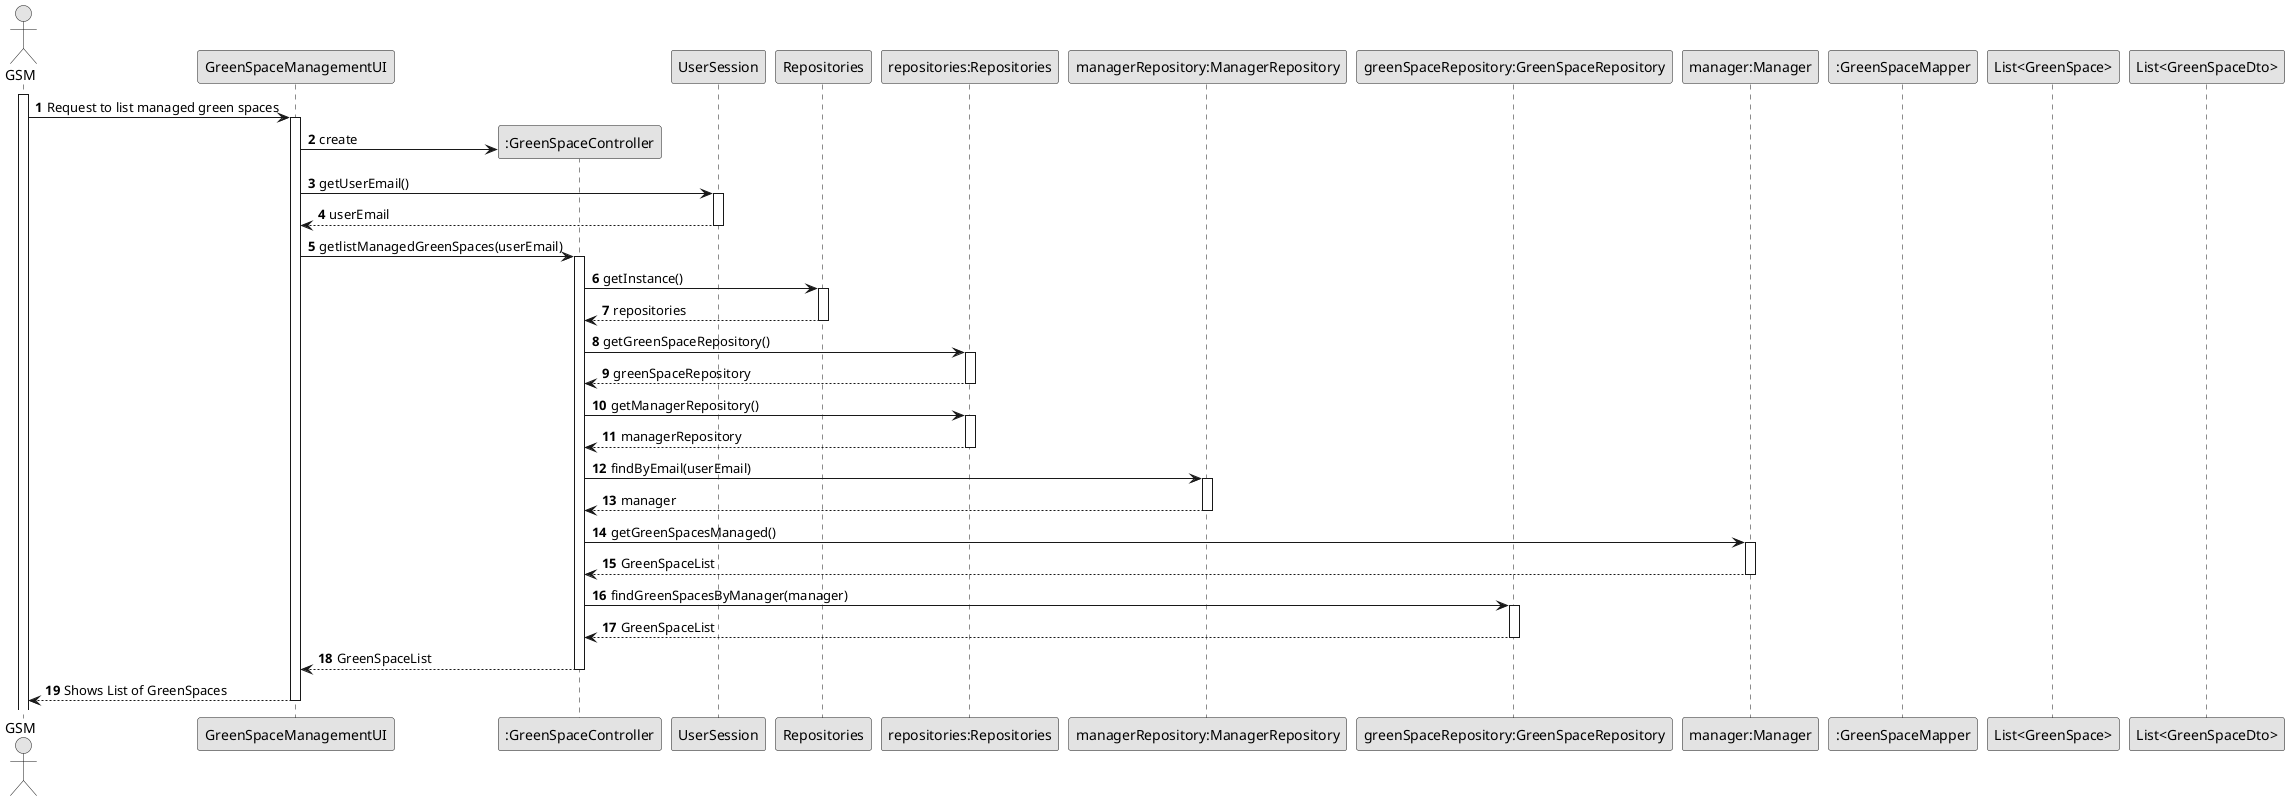
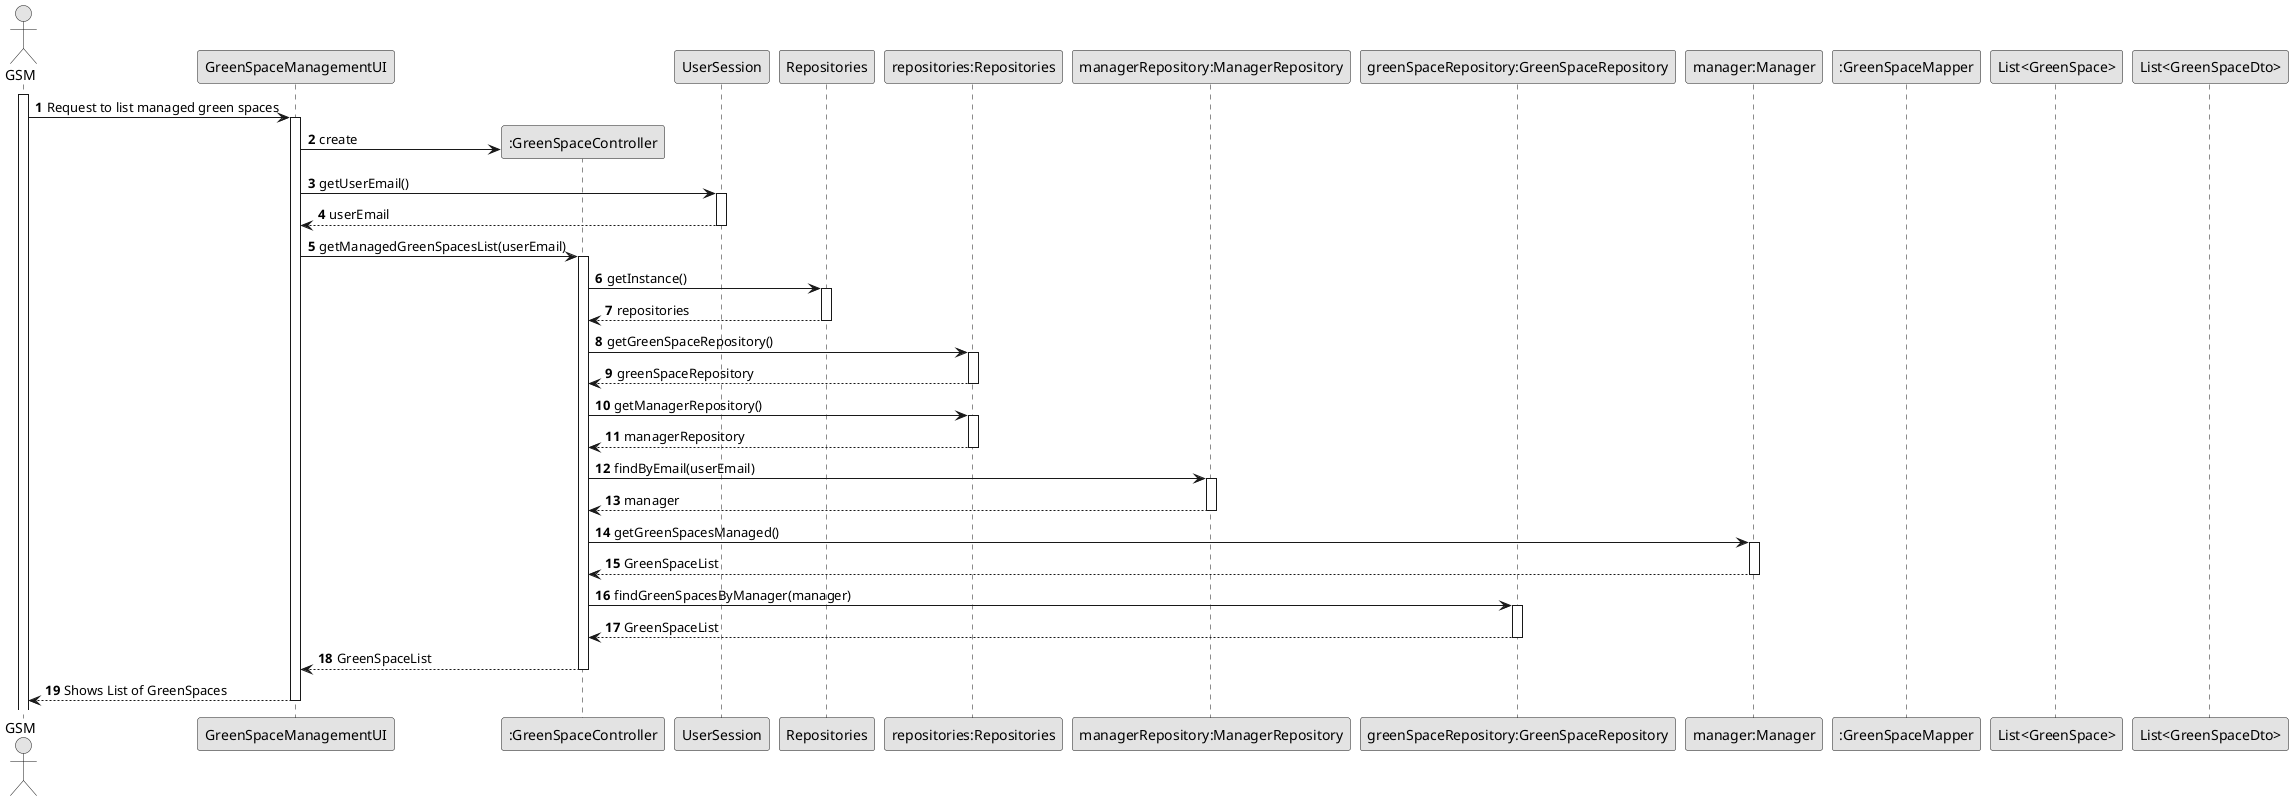
@startuml
skinparam monochrome true
skinparam packageStyle rectangle
skinparam shadowing false

autonumber

actor "GSM" as GSM
participant "GreenSpaceManagementUI" as UI
participant ":GreenSpaceController" as Controller


participant "UserSession" as UserSession

participant "Repositories" as Repos
participant "repositories:Repositories" as reposRepos

participant "managerRepository:ManagerRepository" as ManagerRepo
participant "greenSpaceRepository:GreenSpaceRepository" as Repo
participant "manager:Manager" as Manager
participant ":GreenSpaceMapper" as Mapper
participant "List<GreenSpace>" as GreenSpaceList
participant "List<GreenSpaceDto>" as GreenSpaceDtoList

activate GSM

GSM -> UI : Request to list managed green spaces
activate UI


UI -> Controller** : create

UI -> UserSession : getUserEmail()
activate UserSession

UserSession --> UI : userEmail
deactivate UserSession

- UI -> Controller : getlistManagedGreenSpaces(userEmail)
+ UI -> Controller : getManagedGreenSpacesList(userEmail)
activate Controller


Controller -> Repos : getInstance()
activate Repos

Repos --> Controller : repositories
deactivate Repos

Controller -> reposRepos : getGreenSpaceRepository()
activate reposRepos

reposRepos --> Controller : greenSpaceRepository
deactivate reposRepos

Controller -> reposRepos : getManagerRepository()
activate reposRepos

reposRepos --> Controller : managerRepository
deactivate reposRepos

Controller -> ManagerRepo : findByEmail(userEmail)
activate ManagerRepo

ManagerRepo --> Controller : manager
deactivate ManagerRepo


Controller -> Manager : getGreenSpacesManaged()
activate Manager

Manager --> Controller : GreenSpaceList
deactivate Manager

Controller -> Repo : findGreenSpacesByManager(manager)
activate Repo

Repo --> Controller : GreenSpaceList
deactivate Repo

Controller --> UI : GreenSpaceList
deactivate Controller

UI --> GSM : Shows List of GreenSpaces
deactivate UI

@enduml
